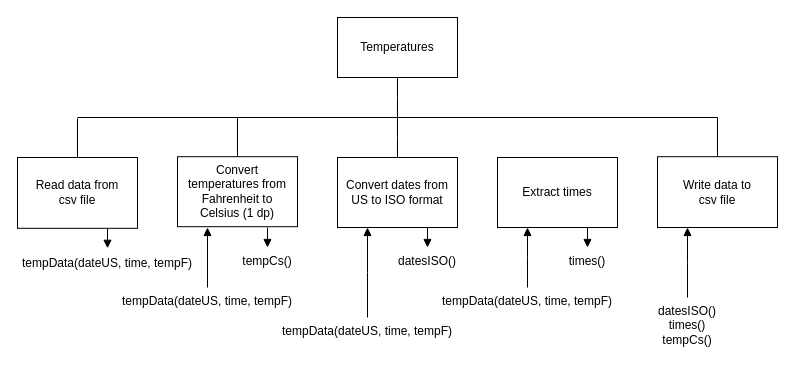
Before: page "sd2" (2 of 3) of h-cs/sdd/H-SDD-Temperature/assets/H SDD Temperature.drawio in MrFriendCS/MrFriendCS.github.io, a draw.io diagram. Source tidied: cells renumbered, new cells numbered last; positions are measured from the earlier drawing's top-left corner, leaving out a move shared by most shapes. Both pictures are drawn from the tidied source at 100%, with x=0, y=0 at pixel (17, 17).
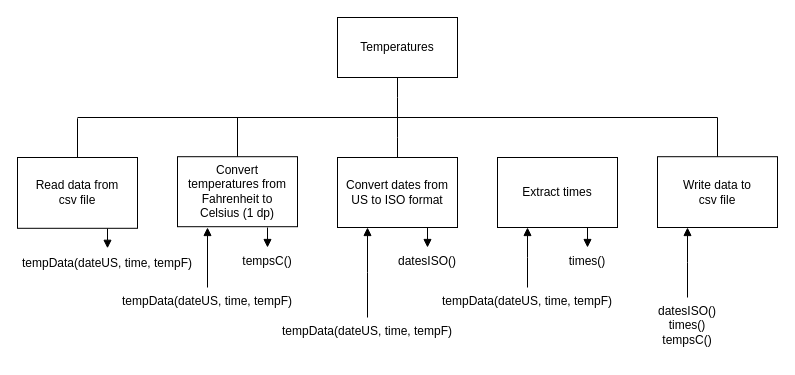
Above is the later version.

Diff of the diagram source:
```diff
@@
-    <mxCell id="17" value="tempCs()" style="text;html=1;strokeColor=none;fillColor=none;align=center;verticalAlign=top;whiteSpace=wrap;rounded=0;fontColor=default;" parent="1" vertex="1">
+    <mxCell id="17" value="tempsC()" style="text;html=1;strokeColor=none;fillColor=none;align=center;verticalAlign=top;whiteSpace=wrap;rounded=0;fontColor=default;" parent="1" vertex="1">
       <mxGeometry x="220" y="230" width="60" height="30" as="geometry" />
     </mxCell>
@@
-    <mxCell id="24" value="&lt;span style=&quot;background-color: rgb(255, 255, 255);&quot;&gt;datesISO()&lt;/span&gt;&lt;div&gt;times()&lt;/div&gt;&lt;div&gt;tempCs()&lt;/div&gt;" style="text;html=1;align=center;verticalAlign=top;whiteSpace=wrap;rounded=0;" parent="1" vertex="1">
+    <mxCell id="24" value="&lt;span style=&quot;background-color: rgb(255, 255, 255);&quot;&gt;datesISO()&lt;/span&gt;&lt;div&gt;times()&lt;/div&gt;&lt;div&gt;tempsC()&lt;/div&gt;" style="text;html=1;align=center;verticalAlign=top;whiteSpace=wrap;rounded=0;" parent="1" vertex="1">
       <mxGeometry x="640" y="280" width="60" height="60" as="geometry" />
     </mxCell>
```
